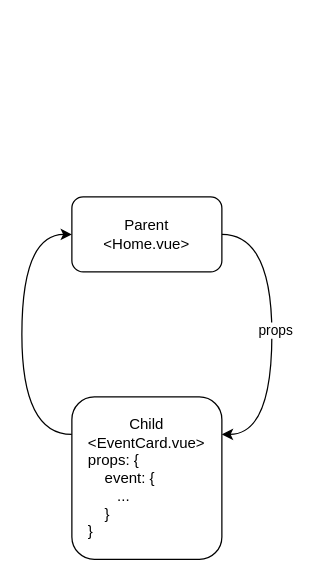
Earlier version of the draw.io diagram Untitled Diagram.drawio (ArnaudSene/real-world-vue). Source tidied: cells renumbered, new cells numbered last; positions are measured from the earlier drawing's top-left corner, leaving out a move shared by most shapes. Both pictures are drawn from the tidied source at 125%, with x=0, y=0 at pixel (21, 196).
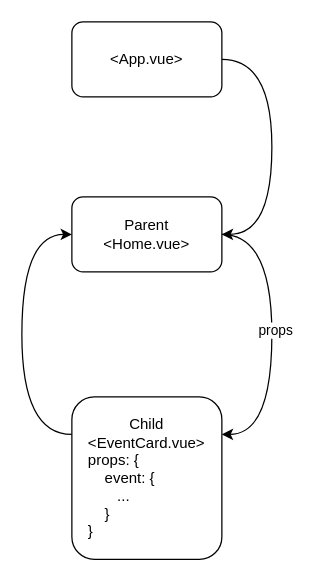
Above is the later version.

Diff of the diagram source:
```diff
@@
 <mxGraphModel>
   <root>
     <mxCell id="0" />
     <mxCell id="1" parent="0" />
     <mxCell id="2" style="edgeStyle=orthogonalEdgeStyle;rounded=0;jettySize=auto;html=1;curved=1;" parent="1" edge="1" source="4" target="6">
       <mxGeometry relative="1" as="geometry">
         <Array as="points">
           <mxPoint x="200" y="30" />
           <mxPoint x="200" y="190" />
         </Array>
       </mxGeometry>
     </mxCell>
     <mxCell id="3" value="props" style="edgeLabel;html=1;align=center;verticalAlign=middle;" parent="2" vertex="1">
       <mxGeometry x="-0.03" y="2" relative="1" as="geometry" />
     </mxCell>
     <mxCell id="4" value="Parent&lt;br&gt;&amp;lt;Home.vue&amp;gt;" style="rounded=1;whiteSpace=wrap;html=1;" parent="1" vertex="1">
       <mxGeometry x="40" width="120" height="60" as="geometry" />
     </mxCell>
     <mxCell id="5" style="edgeStyle=orthogonalEdgeStyle;curved=1;rounded=0;jettySize=auto;html=1;" parent="1" edge="1" source="6" target="4">
       <mxGeometry relative="1" as="geometry">
         <Array as="points">
           <mxPoint y="190" />
           <mxPoint y="30" />
         </Array>
       </mxGeometry>
     </mxCell>
     <mxCell id="6" value="Child&lt;br&gt;&amp;lt;EventCard.vue&amp;gt;&lt;br&gt;&lt;div style=&quot;text-align: left&quot;&gt;&lt;span&gt;props: {&lt;/span&gt;&lt;/div&gt;&lt;div style=&quot;text-align: left&quot;&gt;&lt;span&gt;&amp;nbsp; &amp;nbsp; event: {&lt;/span&gt;&lt;/div&gt;&lt;div style=&quot;text-align: left&quot;&gt;&lt;span&gt;&amp;nbsp; &amp;nbsp; &amp;nbsp; &amp;nbsp;...&amp;nbsp;&lt;/span&gt;&lt;/div&gt;&lt;div style=&quot;text-align: left&quot;&gt;&lt;span&gt;&amp;nbsp; &amp;nbsp; }&lt;/span&gt;&lt;/div&gt;&lt;div style=&quot;text-align: left&quot;&gt;&lt;span&gt;}&lt;/span&gt;&lt;/div&gt;" style="rounded=1;whiteSpace=wrap;html=1;" parent="1" vertex="1">
       <mxGeometry x="40" y="160" width="120" height="130" as="geometry" />
     </mxCell>
+    <mxCell id="7" style="edgeStyle=orthogonalEdgeStyle;curved=1;rounded=0;jettySize=auto;html=1;" parent="1" edge="1" source="8" target="4">
+      <mxGeometry relative="1" as="geometry">
+        <Array as="points">
+          <mxPoint x="200" y="-110" />
+          <mxPoint x="200" y="30" />
+        </Array>
+      </mxGeometry>
+    </mxCell>
+    <mxCell id="8" value="&amp;lt;App.vue&amp;gt;" style="rounded=1;whiteSpace=wrap;html=1;" parent="1" vertex="1">
+      <mxGeometry x="40" y="-140" width="120" height="60" as="geometry" />
+    </mxCell>
   </root>
 </mxGraphModel>
```
